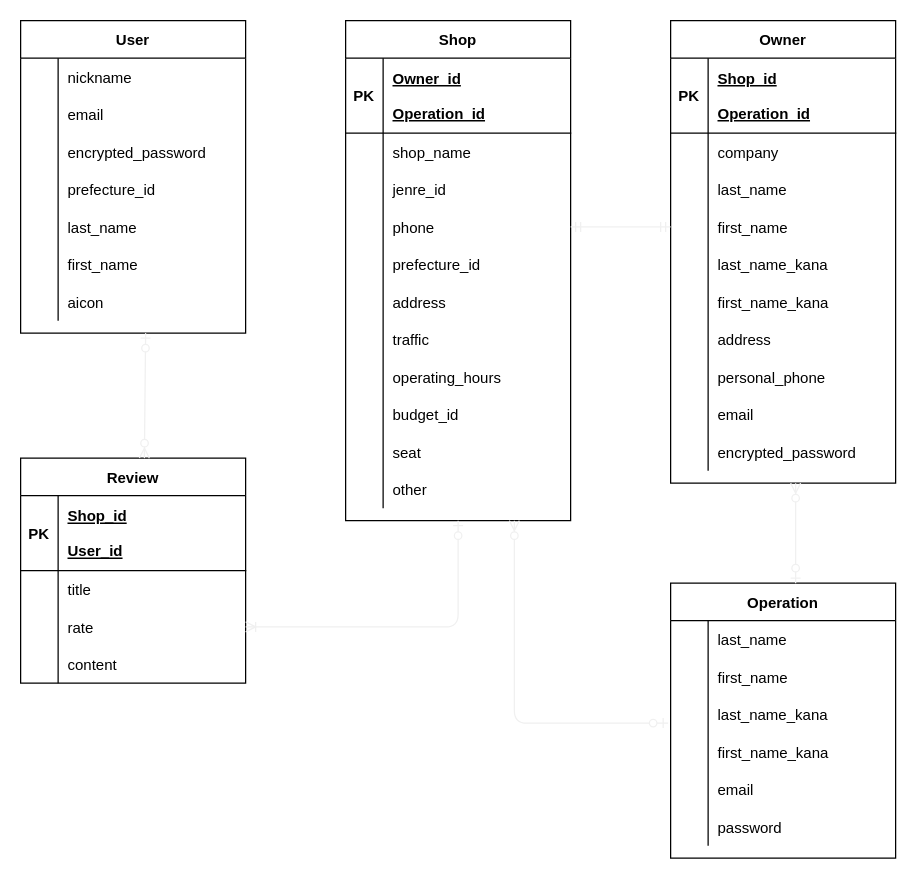
The draw.io diagram eatmo.dio in ibuki-takeuchi01/eatmo, before the edit. Source tidied: cells renumbered, new cells numbered last; positions are measured from the earlier drawing's top-left corner, leaving out a move shared by most shapes. Both pictures are drawn from the tidied source at 125%, with x=0, y=0 at pixel (20, 20).
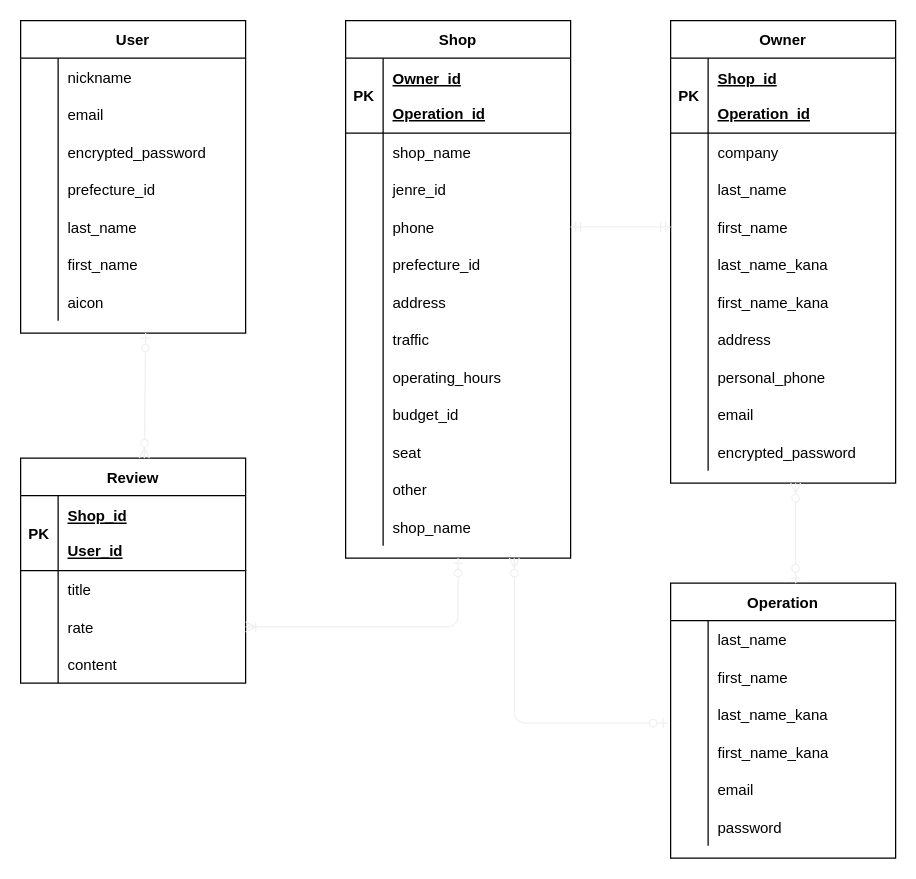
Above is the later version.

The edit, as a diff of the source:
```diff
@@
     <mxCell id="24" value="Shop" style="shape=table;startSize=30;childLayout=tableLayout;rowLines=0;fontStyle=1;align=center;" parent="1" vertex="1">
-      <mxGeometry x="260" width="180" height="400" as="geometry" />
+      <mxGeometry x="260" width="180" height="430" as="geometry" />
     </mxCell>
@@
+    <mxCell id="126" style="shape=partialRectangle;fillColor=none;top=0;left=0;bottom=0;right=0;" parent="24" vertex="1">
+      <mxGeometry y="390" width="180" height="30" as="geometry" />
+    </mxCell>
+    <mxCell id="127" style="shape=partialRectangle;fillColor=none;top=0;left=0;bottom=0;right=0;overflow=hidden;" parent="126" vertex="1">
+      <mxGeometry width="30" height="30" as="geometry" />
+    </mxCell>
+    <mxCell id="128" value="shop_name" style="shape=partialRectangle;fillColor=none;top=0;left=0;bottom=0;right=0;align=left;spacingLeft=6;overflow=hidden;" parent="126" vertex="1">
+      <mxGeometry x="30" width="150" height="30" as="geometry" />
+    </mxCell>
```
